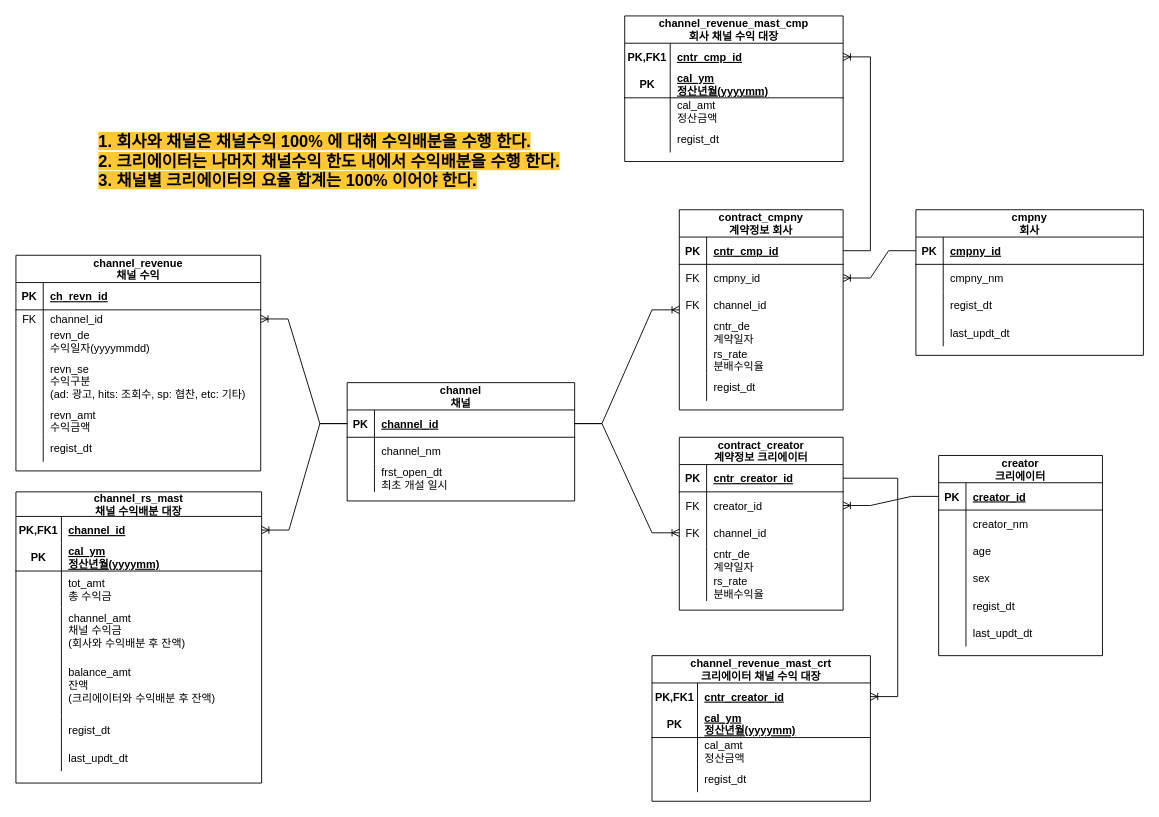
Before: RevenueShare.drawio in minkyu1128/DomainDesign, a draw.io diagram. Source tidied: cells renumbered, new cells numbered last; positions are measured from the earlier drawing's top-left corner, leaving out a move shared by most shapes. Both pictures are drawn from the tidied source at 91%, with x=0, y=0 at pixel (15, 15).
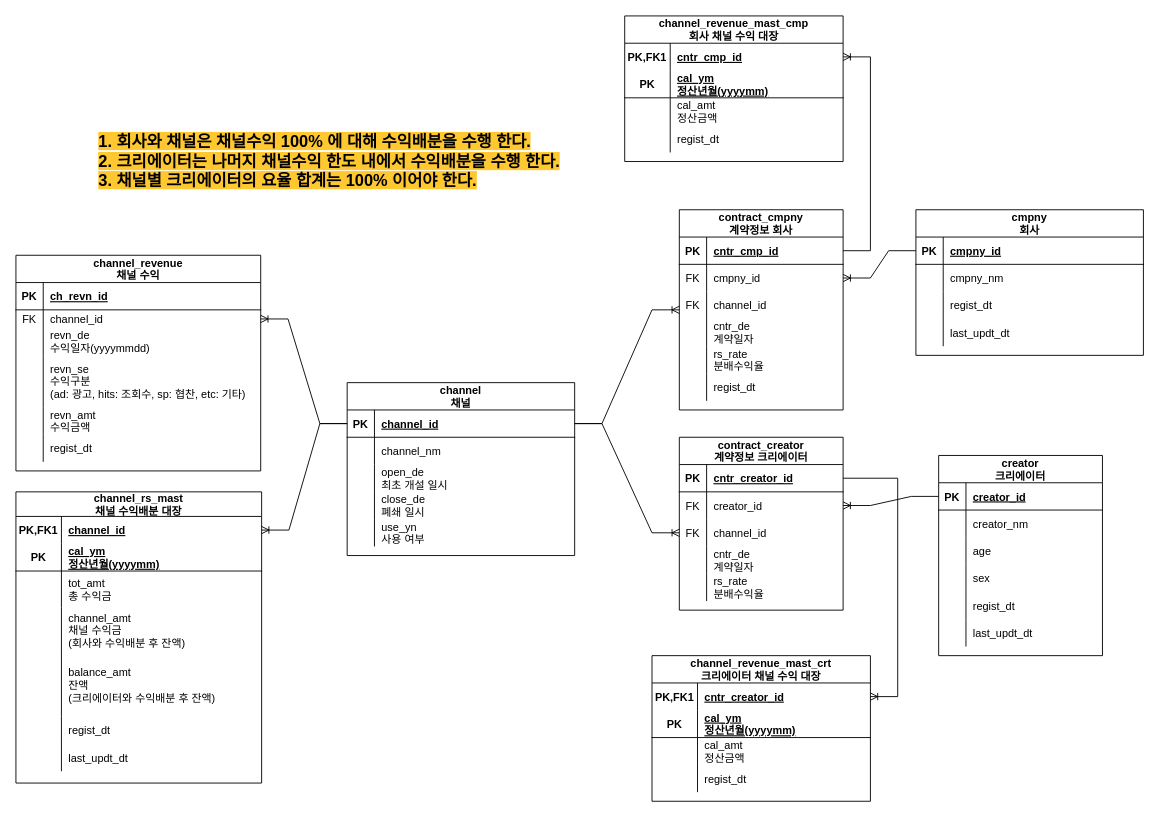
Above is the later version.

Unchanged cells that the change refers to:
```xml
<mxCell id="22" style="shape=partialRectangle;fillColor=none;top=0;left=0;right=0;bottom=0;" parent="15" vertex="1">
  <mxGeometry y="90" width="250" height="30" as="geometry" />
</mxCell>
```

Diff of the diagram source:
```diff
@@
     <mxCell id="15" value="channel&#10;채널" style="shape=table;startSize=30;childLayout=tableLayout;rowLines=0;fontStyle=1;align=center;" parent="1" vertex="1">
-      <mxGeometry x="364" y="403" width="250" height="130" as="geometry" />
+      <mxGeometry x="364" y="403" width="250" height="190" as="geometry" />
     </mxCell>
@@
-    <mxCell id="24" value="frst_open_dt&#10;최초 개설 일시" style="shape=partialRectangle;overflow=hidden;fillColor=none;top=0;left=0;bottom=0;right=0;align=left;spacingLeft=6;" parent="22" vertex="1">
+    <mxCell id="24" value="open_de&#10;최초 개설 일시" style="shape=partialRectangle;overflow=hidden;fillColor=none;top=0;left=0;bottom=0;right=0;align=left;spacingLeft=6;" parent="22" vertex="1">
       <mxGeometry x="30" width="220" height="30" as="geometry" />
     </mxCell>
+    <mxCell id="156" style="shape=partialRectangle;fillColor=none;top=0;left=0;right=0;bottom=0;" parent="15" vertex="1">
+      <mxGeometry y="120" width="250" height="30" as="geometry" />
+    </mxCell>
+    <mxCell id="157" style="shape=partialRectangle;overflow=hidden;fillColor=none;top=0;left=0;bottom=0;right=0;" parent="156" vertex="1">
+      <mxGeometry width="30" height="30" as="geometry" />
+    </mxCell>
+    <mxCell id="158" value="close_de&#10;폐쇄 일시" style="shape=partialRectangle;overflow=hidden;fillColor=none;top=0;left=0;bottom=0;right=0;align=left;spacingLeft=6;" parent="156" vertex="1">
+      <mxGeometry x="30" width="220" height="30" as="geometry" />
+    </mxCell>
+    <mxCell id="159" style="shape=partialRectangle;fillColor=none;top=0;left=0;right=0;bottom=0;" parent="15" vertex="1">
+      <mxGeometry y="150" width="250" height="30" as="geometry" />
+    </mxCell>
+    <mxCell id="160" style="shape=partialRectangle;overflow=hidden;fillColor=none;top=0;left=0;bottom=0;right=0;" parent="159" vertex="1">
+      <mxGeometry width="30" height="30" as="geometry" />
+    </mxCell>
+    <mxCell id="161" value="use_yn&#10;사용 여부" style="shape=partialRectangle;overflow=hidden;fillColor=none;top=0;left=0;bottom=0;right=0;align=left;spacingLeft=6;" parent="159" vertex="1">
+      <mxGeometry x="30" width="220" height="30" as="geometry" />
+    </mxCell>
```
